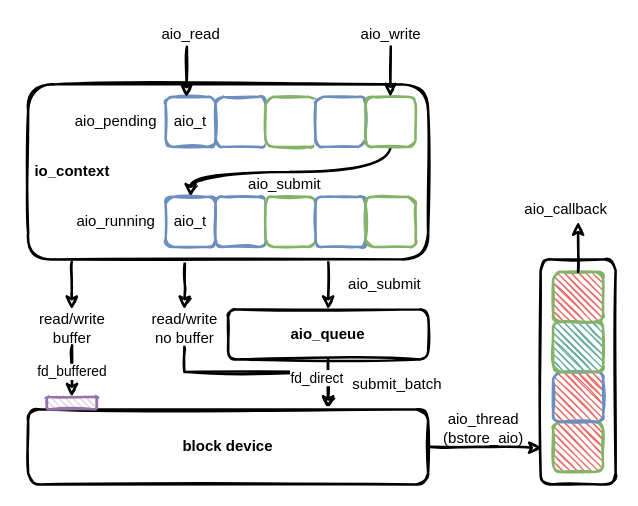
Before: page "BlockDevice" (1 of 2) of ceph/bluestore.drawio in EarthWind/deeparch, a draw.io diagram. Source tidied: cells renumbered, new cells numbered last; positions are measured from the earlier drawing's top-left corner, leaving out a move shared by most shapes. Both pictures are drawn from the tidied source at 125%, with x=0, y=0 at pixel (21, 21).
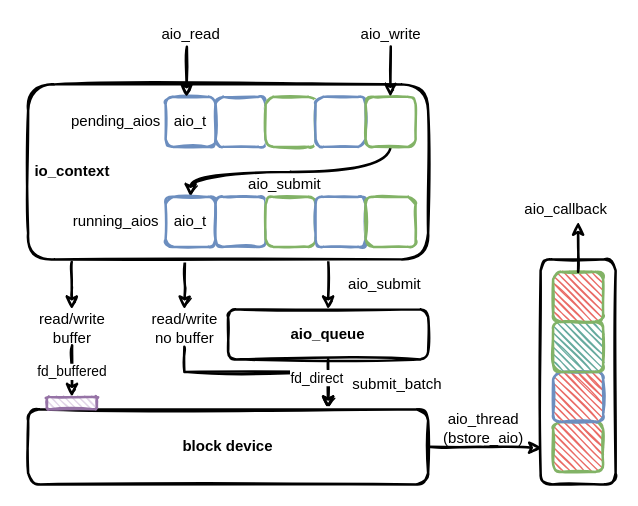
After the change.

The edit, as a diff of the source:
```diff
@@
-    <mxCell id="39" value="aio_pending" style="text;html=1;align=center;verticalAlign=middle;strokeColor=none;fillColor=none;" parent="1" vertex="1">
-      <mxGeometry x="35" y="70" width="80" height="20" as="geometry" />
+    <mxCell id="39" value="pending_aios" style="text;html=1;align=center;verticalAlign=middle;strokeColor=none;fillColor=none;" parent="1" vertex="1">
+      <mxGeometry x="30" y="70" width="90" height="20" as="geometry" />
     </mxCell>
-    <mxCell id="40" value="aio_running" style="text;html=1;align=center;verticalAlign=middle;strokeColor=none;fillColor=none;" parent="1" vertex="1">
+    <mxCell id="40" value="running_aios" style="text;html=1;align=center;verticalAlign=middle;strokeColor=none;fillColor=none;" parent="1" vertex="1">
       <mxGeometry x="35" y="150" width="80" height="20" as="geometry" />
     </mxCell>
```
